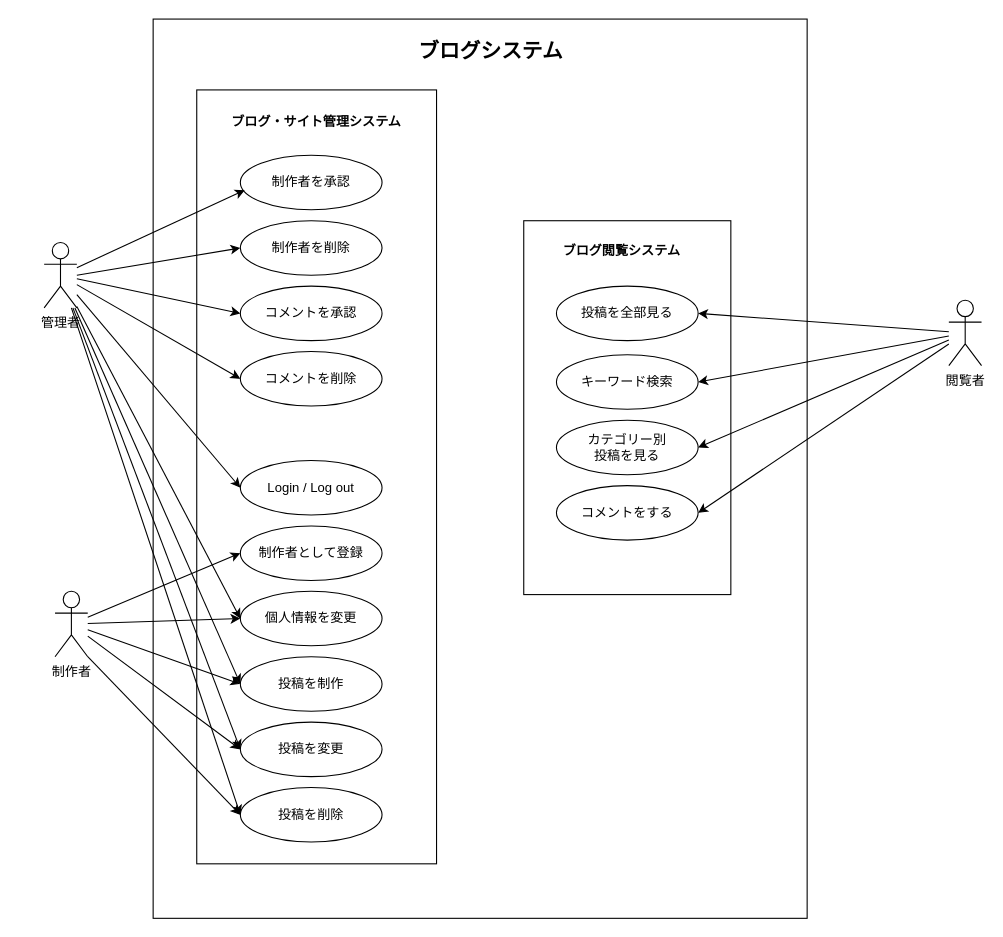
Before: Planning/ユースケース図.drawio in rhoolan/Java_Blog_CMS, a draw.io diagram. Source tidied: cells renumbered, new cells numbered last; positions are measured from the earlier drawing's top-left corner, leaving out a move shared by most shapes. Both pictures are drawn from the tidied source at 109%, with x=0, y=0 at pixel (44, 19).
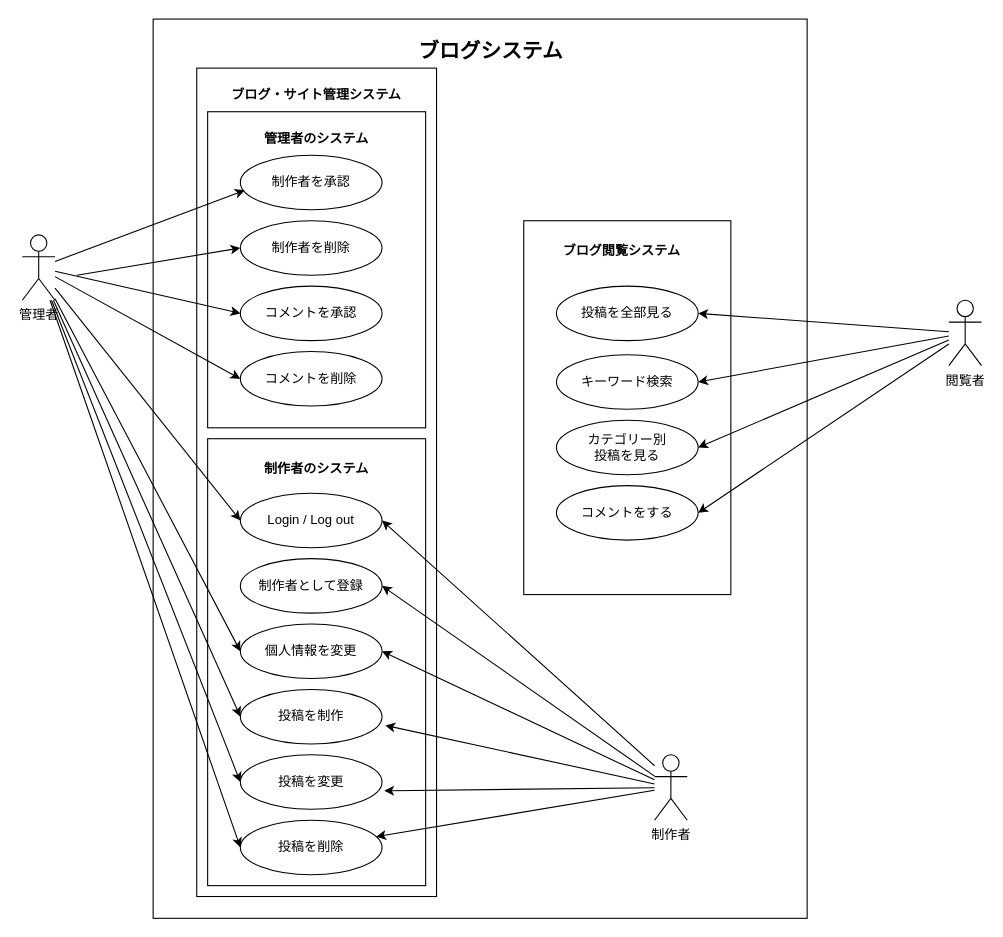
Above is the later version.

Commit message (it also covers changes not shown here):
Correct Use Case diagrams

The edit, as a diff of the source:
```diff
@@
     <mxCell id="15" style="rounded=0;whiteSpace=wrap;html=1;" parent="1" vertex="1">
-      <mxGeometry x="140" y="65" width="220" height="710" as="geometry" />
+      <mxGeometry x="140" y="45" width="220" height="760" as="geometry" />
     </mxCell>
-    <mxCell id="16" value="管理者" style="shape=umlActor;verticalLabelPosition=bottom;verticalAlign=top;html=1;outlineConnect=0;" parent="1" vertex="1">
-      <mxGeometry y="205" width="30" height="60" as="geometry" />
-    </mxCell>
     <mxCell id="17" value="制作者" style="shape=umlActor;verticalLabelPosition=bottom;verticalAlign=top;html=1;outlineConnect=0;" parent="1" vertex="1">
-      <mxGeometry x="10" y="525" width="30" height="60" as="geometry" />
+      <mxGeometry x="560" y="675" width="30" height="60" as="geometry" />
     </mxCell>
+    <mxCell id="43" style="rounded=0;whiteSpace=wrap;html=1;" parent="1" vertex="1">
+      <mxGeometry x="150" y="385" width="200" height="410" as="geometry" />
+    </mxCell>
     <mxCell id="18" value="Login / Log out" style="ellipse;whiteSpace=wrap;html=1;" parent="1" vertex="1">
-      <mxGeometry x="180" y="405" width="130" height="50" as="geometry" />
+      <mxGeometry x="180" y="435" width="130" height="50" as="geometry" />
     </mxCell>
     <mxCell id="19" value="個人情報を変更" style="ellipse;whiteSpace=wrap;html=1;" parent="1" vertex="1">
-      <mxGeometry x="180" y="525" width="130" height="50" as="geometry" />
+      <mxGeometry x="180" y="555" width="130" height="50" as="geometry" />
     </mxCell>
     <mxCell id="20" value="投稿を制作" style="ellipse;whiteSpace=wrap;html=1;" parent="1" vertex="1">
-      <mxGeometry x="180" y="585" width="130" height="50" as="geometry" />
+      <mxGeometry x="180" y="615" width="130" height="50" as="geometry" />
     </mxCell>
+    <mxCell id="44" style="rounded=0;whiteSpace=wrap;html=1;" parent="1" vertex="1">
+      <mxGeometry x="150" y="85" width="200" height="290" as="geometry" />
+    </mxCell>
     <mxCell id="21" value="投稿を変更" style="ellipse;whiteSpace=wrap;html=1;" parent="1" vertex="1">
-      <mxGeometry x="180" y="645" width="130" height="50" as="geometry" />
+      <mxGeometry x="180" y="675" width="130" height="50" as="geometry" />
     </mxCell>
     <mxCell id="22" value="投稿を削除" style="ellipse;whiteSpace=wrap;html=1;" parent="1" vertex="1">
-      <mxGeometry x="180" y="705" width="130" height="50" as="geometry" />
+      <mxGeometry x="180" y="735" width="130" height="50" as="geometry" />
     </mxCell>
@@
     <mxCell id="27" value="制作者として登録" style="ellipse;whiteSpace=wrap;html=1;" parent="1" vertex="1">
-      <mxGeometry x="180" y="465" width="130" height="50" as="geometry" />
+      <mxGeometry x="180" y="495" width="130" height="50" as="geometry" />
     </mxCell>
     <mxCell id="28" value="ブログ・サイト管理システム" style="text;html=1;strokeColor=none;fillColor=none;align=center;verticalAlign=middle;whiteSpace=wrap;rounded=0;fontStyle=1;" parent="1" vertex="1">
-      <mxGeometry x="165" y="75" width="170" height="40" as="geometry" />
+      <mxGeometry x="165" y="55" width="170" height="30" as="geometry" />
     </mxCell>
@@
-    <mxCell id="34" style="endArrow=classic;html=1;rounded=0;entryX=0;entryY=0.5;entryDx=0;entryDy=0;" parent="1" edge="1" source="17" target="27">
+    <mxCell id="34" style="endArrow=classic;html=1;rounded=0;entryX=1;entryY=0.5;entryDx=0;entryDy=0;" parent="1" edge="1" source="17" target="27">
       <mxGeometry relative="1" as="geometry" />
     </mxCell>
@@
-    <mxCell id="36" style="endArrow=classic;html=1;rounded=0;entryX=0;entryY=0.5;entryDx=0;entryDy=0;" parent="1" edge="1" source="17" target="19">
+    <mxCell id="36" style="endArrow=classic;html=1;rounded=0;entryX=1;entryY=0.5;entryDx=0;entryDy=0;" parent="1" edge="1" source="17" target="19">
       <mxGeometry relative="1" as="geometry" />
     </mxCell>
@@
-    <mxCell id="38" style="endArrow=classic;html=1;rounded=0;entryX=0;entryY=0.5;entryDx=0;entryDy=0;" parent="1" edge="1" source="17" target="20">
+    <mxCell id="38" style="endArrow=classic;html=1;rounded=0;entryX=1.023;entryY=0.66;entryDx=0;entryDy=0;entryPerimeter=0;" parent="1" edge="1" source="17" target="20">
       <mxGeometry relative="1" as="geometry" />
     </mxCell>
-    <mxCell id="39" style="endArrow=classic;html=1;rounded=0;entryX=0;entryY=0.5;entryDx=0;entryDy=0;" parent="1" edge="1" source="17" target="21">
+    <mxCell id="39" style="endArrow=classic;html=1;rounded=0;entryX=1.015;entryY=0.66;entryDx=0;entryDy=0;entryPerimeter=0;" parent="1" edge="1" source="17" target="21">
       <mxGeometry relative="1" as="geometry" />
     </mxCell>
-    <mxCell id="40" style="endArrow=classic;html=1;rounded=0;entryX=0;entryY=0.5;entryDx=0;entryDy=0;exitX=1;exitY=1;exitDx=0;exitDy=0;exitPerimeter=0;" parent="1" edge="1" source="17" target="22">
+    <mxCell id="40" style="endArrow=classic;html=1;rounded=0;" parent="1" edge="1" source="17" target="22">
       <mxGeometry relative="1" as="geometry" />
     </mxCell>
@@
+    <mxCell id="45" style="endArrow=classic;html=1;rounded=0;entryX=1;entryY=0.5;entryDx=0;entryDy=0;" parent="1" edge="1" target="18">
+      <mxGeometry relative="1" as="geometry">
+        <mxPoint x="560" y="685" as="sourcePoint" />
+      </mxGeometry>
+    </mxCell>
+    <mxCell id="46" value="管理者のシステム" style="text;html=1;strokeColor=none;fillColor=none;align=center;verticalAlign=middle;whiteSpace=wrap;rounded=0;fontStyle=1;" parent="1" vertex="1">
+      <mxGeometry x="200" y="95" width="100" height="30" as="geometry" />
+    </mxCell>
+    <mxCell id="47" value="制作者のシステム" style="text;html=1;strokeColor=none;fillColor=none;align=center;verticalAlign=middle;whiteSpace=wrap;rounded=0;fontStyle=1;" parent="1" vertex="1">
+      <mxGeometry x="175" y="398" width="150" height="30" as="geometry" />
+    </mxCell>
+    <mxCell id="16" value="管理者" style="shape=umlActor;verticalLabelPosition=bottom;verticalAlign=top;html=1;outlineConnect=0;" parent="1" vertex="1">
+      <mxGeometry x="-20" y="198" width="30" height="60" as="geometry" />
+    </mxCell>
```
